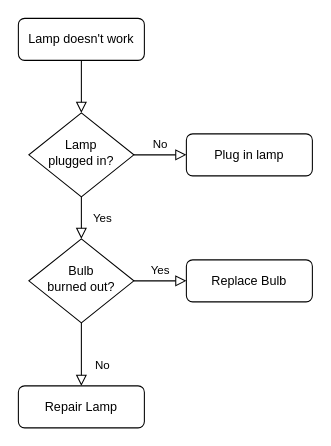
Earlier version of the draw.io diagram PrivateUse/模型信息UI流程.drawio (Istaya/Gallery). Source tidied: cells renumbered, new cells numbered last; positions are measured from the earlier drawing's top-left corner, leaving out a move shared by most shapes. Both pictures are drawn from the tidied source at 105%, with x=0, y=0 at pixel (18, 18).
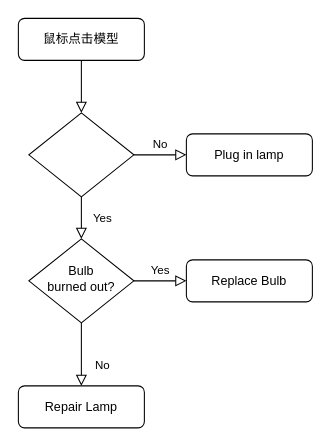
The same diagram, later.

Commit message:
更新模型信息UI流程.drawio

Change to the diagram source:
```diff
@@
 <mxGraphModel>
   <root>
     <mxCell id="0" />
     <mxCell id="1" parent="0" />
     <mxCell id="2" style="rounded=0;html=1;jettySize=auto;fontSize=11;endArrow=block;endFill=0;endSize=8;strokeWidth=1;shadow=0;labelBackgroundColor=none;edgeStyle=orthogonalEdgeStyle;" parent="1" edge="1" source="3" target="6">
       <mxGeometry relative="1" as="geometry" />
     </mxCell>
-    <mxCell id="3" value="Lamp doesn't work" style="rounded=1;whiteSpace=wrap;html=1;fontSize=12;glass=0;strokeWidth=1;shadow=0;" parent="1" vertex="1">
+    <mxCell id="3" value="鼠标点击模型" style="rounded=1;whiteSpace=wrap;html=1;fontSize=12;glass=0;strokeWidth=1;shadow=0;" parent="1" vertex="1">
       <mxGeometry width="120" height="40" as="geometry" />
     </mxCell>
     <mxCell id="4" value="Yes" style="rounded=0;html=1;jettySize=auto;fontSize=11;endArrow=block;endFill=0;endSize=8;strokeWidth=1;shadow=0;labelBackgroundColor=none;edgeStyle=orthogonalEdgeStyle;" parent="1" edge="1" source="6" target="10">
       <mxGeometry y="20" relative="1" as="geometry" />
     </mxCell>
     <mxCell id="5" value="No" style="edgeStyle=orthogonalEdgeStyle;rounded=0;html=1;jettySize=auto;fontSize=11;endArrow=block;endFill=0;endSize=8;strokeWidth=1;shadow=0;labelBackgroundColor=none;" parent="1" edge="1" source="6" target="7">
       <mxGeometry y="10" relative="1" as="geometry" />
     </mxCell>
-    <mxCell id="6" value="Lamp&lt;br&gt;plugged in?" style="rhombus;whiteSpace=wrap;html=1;shadow=0;fontFamily=Helvetica;fontSize=12;align=center;strokeWidth=1;spacing=6;spacingTop=-4;" parent="1" vertex="1">
+    <mxCell id="6" style="rhombus;whiteSpace=wrap;html=1;shadow=0;fontFamily=Helvetica;fontSize=12;align=center;strokeWidth=1;spacing=6;spacingTop=-4;" parent="1" vertex="1">
       <mxGeometry x="10" y="90" width="100" height="80" as="geometry" />
     </mxCell>
     <mxCell id="7" value="Plug in lamp" style="rounded=1;whiteSpace=wrap;html=1;fontSize=12;glass=0;strokeWidth=1;shadow=0;" parent="1" vertex="1">
       <mxGeometry x="160" y="110" width="120" height="40" as="geometry" />
     </mxCell>
     <mxCell id="8" value="No" style="rounded=0;html=1;jettySize=auto;fontSize=11;endArrow=block;endFill=0;endSize=8;strokeWidth=1;shadow=0;labelBackgroundColor=none;edgeStyle=orthogonalEdgeStyle;" parent="1" edge="1" source="10" target="11">
       <mxGeometry x="0.33" y="20" relative="1" as="geometry" />
     </mxCell>
     <mxCell id="9" value="Yes" style="edgeStyle=orthogonalEdgeStyle;rounded=0;html=1;jettySize=auto;fontSize=11;endArrow=block;endFill=0;endSize=8;strokeWidth=1;shadow=0;labelBackgroundColor=none;" parent="1" edge="1" source="10" target="12">
       <mxGeometry y="10" relative="1" as="geometry" />
     </mxCell>
     <mxCell id="10" value="Bulb&lt;br&gt;burned out?" style="rhombus;whiteSpace=wrap;html=1;shadow=0;fontFamily=Helvetica;fontSize=12;align=center;strokeWidth=1;spacing=6;spacingTop=-4;" parent="1" vertex="1">
       <mxGeometry x="10" y="210" width="100" height="80" as="geometry" />
     </mxCell>
     <mxCell id="11" value="Repair Lamp" style="rounded=1;whiteSpace=wrap;html=1;fontSize=12;glass=0;strokeWidth=1;shadow=0;" parent="1" vertex="1">
       <mxGeometry y="350" width="120" height="40" as="geometry" />
     </mxCell>
     <mxCell id="12" value="Replace Bulb" style="rounded=1;whiteSpace=wrap;html=1;fontSize=12;glass=0;strokeWidth=1;shadow=0;" parent="1" vertex="1">
       <mxGeometry x="160" y="230" width="120" height="40" as="geometry" />
     </mxCell>
   </root>
 </mxGraphModel>
```
